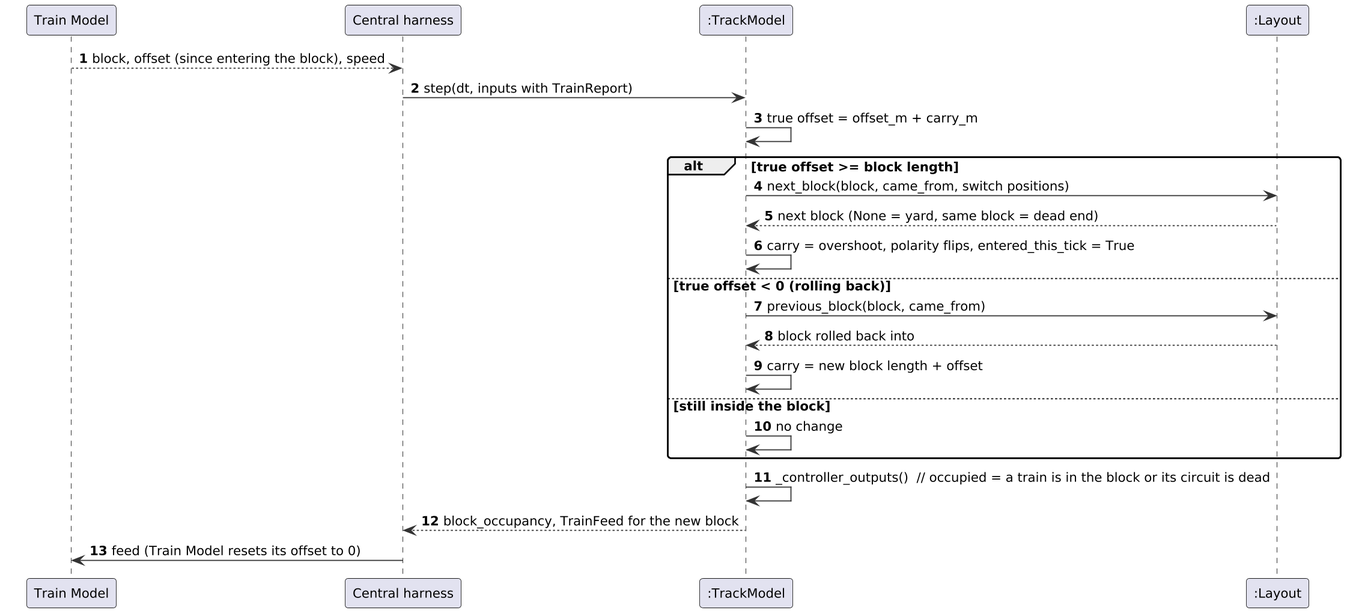
Earlier version of the PlantUML export documents/uml/track_model/sd03_position.png (Landiss04/Track-Overflow).
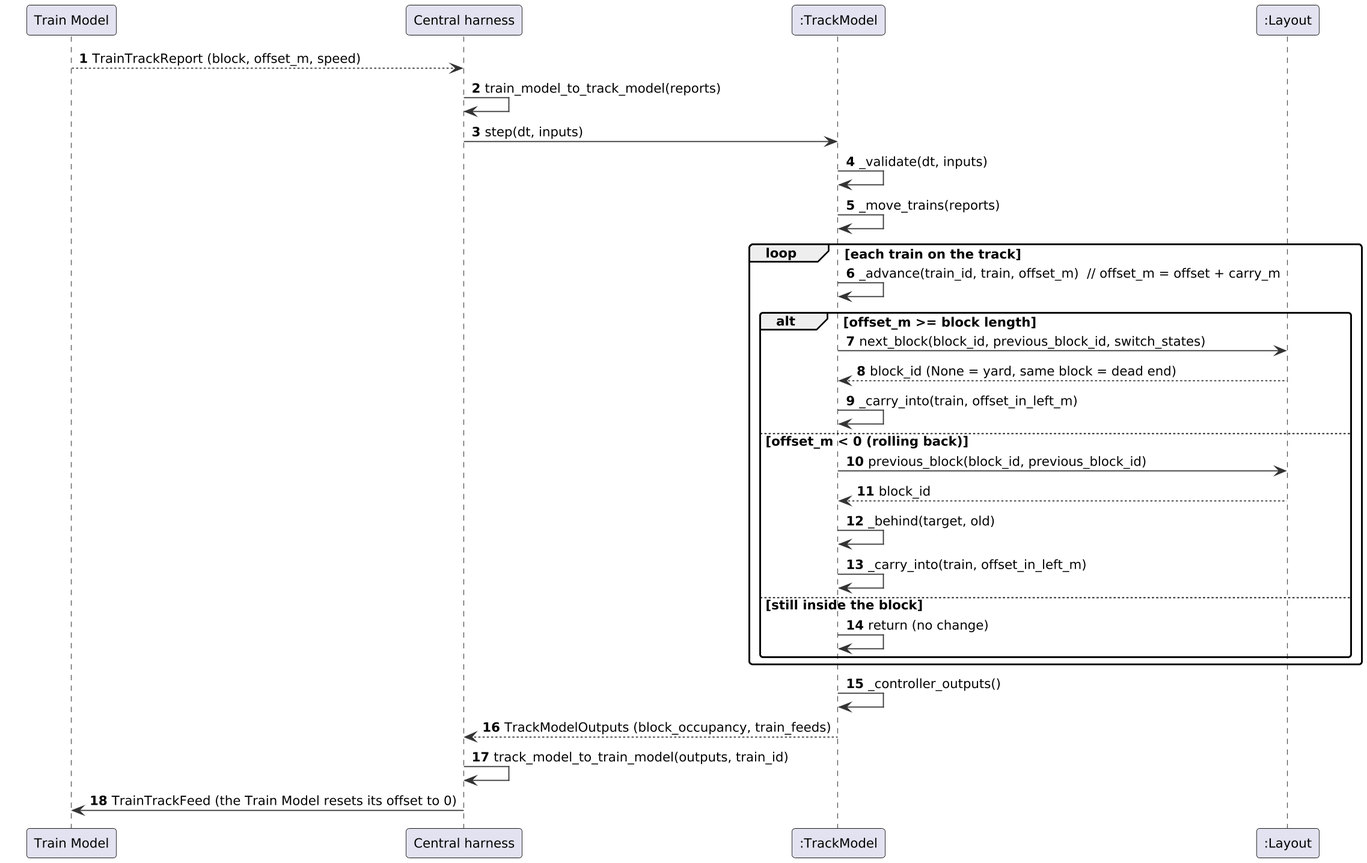
After the change.

Change to the diagram source:
```diff
@@ -13,21 +13,28 @@
 participant "Central harness" as H
 participant ":TrackModel" as TM
 participant ":Layout" as L
-TRM --> H : block, offset (since entering the block), speed
-H -> TM : step(dt, inputs with TrainReport)
-TM -> TM : true offset = offset_m + carry_m
-alt true offset >= block length
-  TM -> L : next_block(block, came_from, switch positions)
-  L --> TM : next block (None = yard, same block = dead end)
-  TM -> TM : carry = overshoot, polarity flips, entered_this_tick = True
-else true offset < 0 (rolling back)
-  TM -> L : previous_block(block, came_from)
-  L --> TM : block rolled back into
-  TM -> TM : carry = new block length + offset
-else still inside the block
-  TM -> TM : no change
+TRM --> H : TrainTrackReport (block, offset_m, speed)
+H -> H : train_model_to_track_model(reports)
+H -> TM : step(dt, inputs)
+TM -> TM : _validate(dt, inputs)
+TM -> TM : _move_trains(reports)
+loop each train on the track
+  TM -> TM : _advance(train_id, train, offset_m)  // offset_m = offset + carry_m
+  alt offset_m >= block length
+    TM -> L : next_block(block_id, previous_block_id, switch_states)
+    L --> TM : block_id (None = yard, same block = dead end)
+    TM -> TM : _carry_into(train, offset_in_left_m)
+  else offset_m < 0 (rolling back)
+    TM -> L : previous_block(block_id, previous_block_id)
+    L --> TM : block_id
+    TM -> TM : _behind(target, old)
+    TM -> TM : _carry_into(train, offset_in_left_m)
+  else still inside the block
+    TM -> TM : return (no change)
+  end
 end
-TM -> TM : _controller_outputs()  // occupied = a train is in the block or its circuit is dead
-TM --> H : block_occupancy, TrainFeed for the new block
-H -> TRM : feed (Train Model resets its offset to 0)
+TM -> TM : _controller_outputs()
+TM --> H : TrackModelOutputs (block_occupancy, train_feeds)
+H -> H : track_model_to_train_model(outputs, train_id)
+H -> TRM : TrainTrackFeed (the Train Model resets its offset to 0)
 @enduml
```
